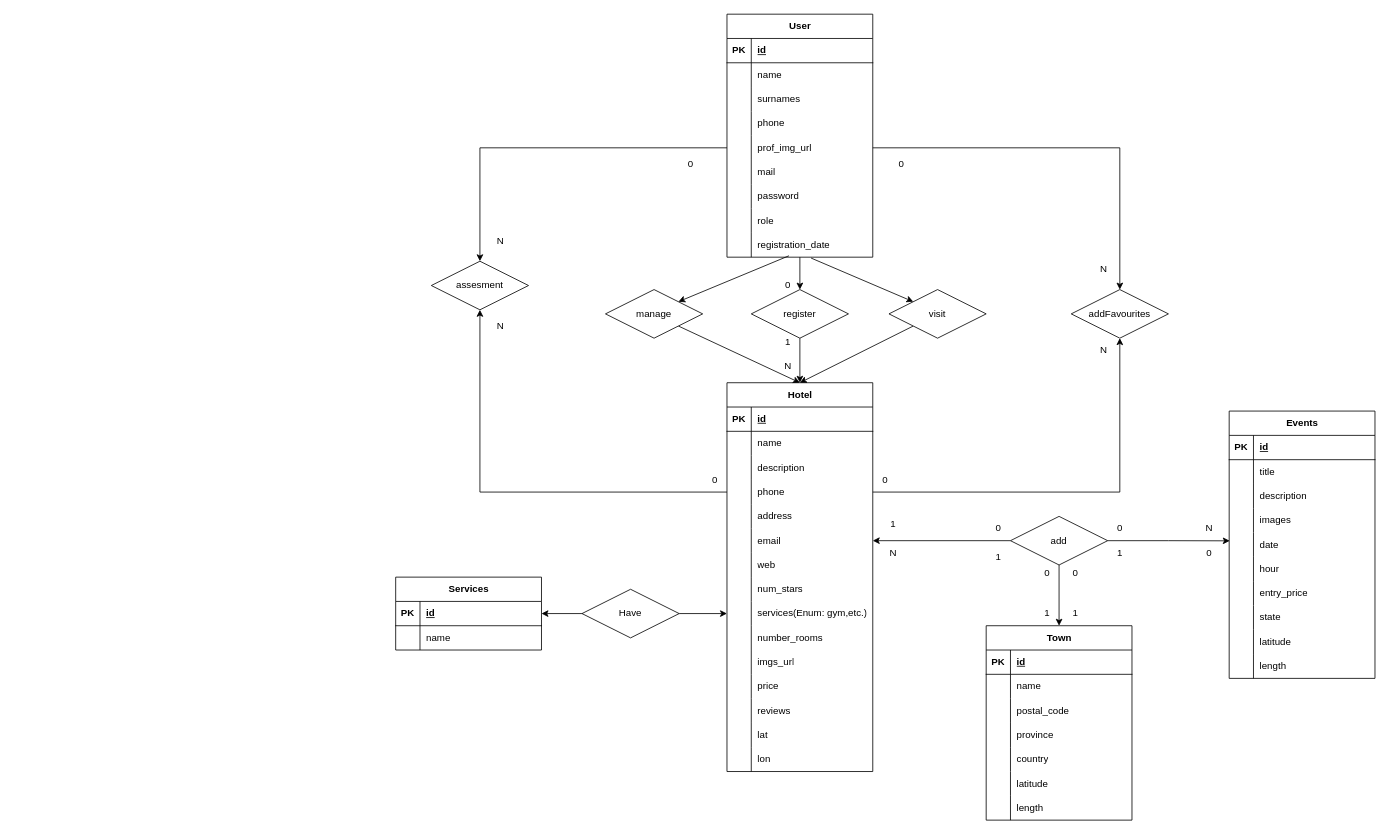
Above: c6_hohoHotel.drawio in SerotDev/sru-abi-rlm-project-backend (draw.io), before the change. Source tidied: cells renumbered, new cells numbered last; positions are measured from the earlier drawing's top-left corner, leaving out a move shared by most shapes. Both pictures are drawn from the tidied source at 81%, with x=0, y=0 at pixel (14, 14).
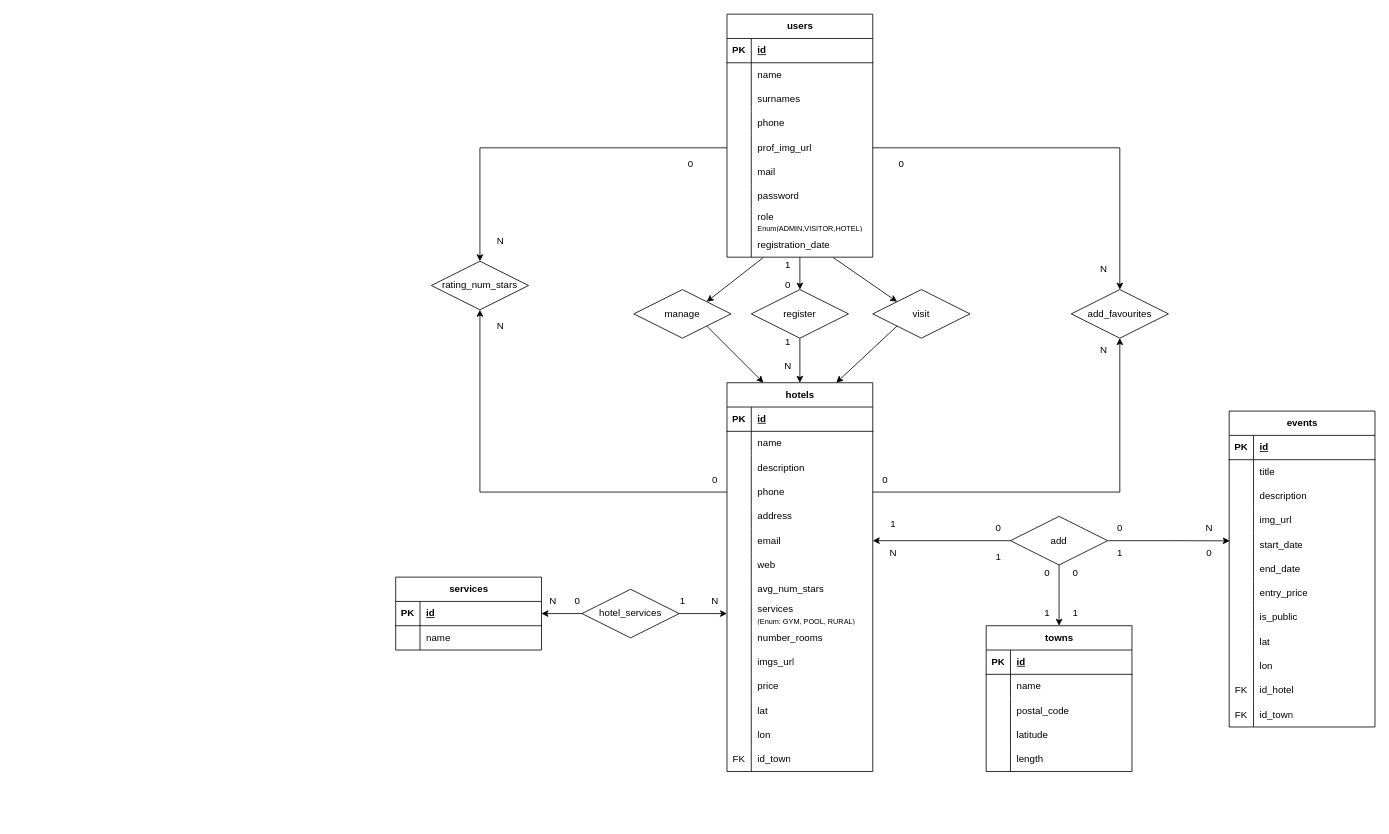
After the change.

The change refers to these unchanged cells:
```xml
<mxCell id="24" style="shape=tableRow;horizontal=0;startSize=0;swimlaneHead=0;swimlaneBody=0;fillColor=none;top=0;left=0;right=0;bottom=0;" parent="2" vertex="1">
  <mxGeometry y="240" width="180" height="30" as="geometry" />
</mxCell>
<mxCell id="27" style="shape=tableRow;horizontal=0;startSize=0;swimlaneHead=0;swimlaneBody=0;fillColor=none;points=[[0,0.5],[1,0.5]];portConstraint=eastwest;top=0;left=0;right=0;bottom=0;" parent="2" vertex="1">
  <mxGeometry y="270" width="180" height="30" as="geometry" />
</mxCell>
<mxCell id="42" style="shape=tableRow;horizontal=0;startSize=0;swimlaneHead=0;swimlaneBody=0;fillColor=none;top=0;left=0;right=0;bottom=0;" parent="32" vertex="1">
  <mxGeometry y="120" width="180" height="30" as="geometry" />
</mxCell>
<mxCell id="45" style="shape=tableRow;horizontal=0;startSize=0;swimlaneHead=0;swimlaneBody=0;fillColor=none;points=[[0,0.5],[1,0.5]];portConstraint=eastwest;top=0;left=0;right=0;bottom=0;" parent="32" vertex="1">
  <mxGeometry y="150" width="180" height="30" as="geometry" />
</mxCell>
<mxCell id="48" style="shape=tableRow;horizontal=0;startSize=0;swimlaneHead=0;swimlaneBody=0;fillColor=none;top=0;left=0;right=0;bottom=0;" parent="32" vertex="1">
  <mxGeometry y="180" width="180" height="30" as="geometry" />
</mxCell>
<mxCell id="54" style="shape=tableRow;horizontal=0;startSize=0;swimlaneHead=0;swimlaneBody=0;fillColor=none;top=0;left=0;right=0;bottom=0;" parent="32" vertex="1">
  <mxGeometry y="240" width="180" height="30" as="geometry" />
</mxCell>
<mxCell id="57" style="shape=tableRow;horizontal=0;startSize=0;swimlaneHead=0;swimlaneBody=0;fillColor=none;top=0;left=0;right=0;bottom=0;" parent="32" vertex="1">
  <mxGeometry y="270" width="180" height="30" as="geometry" />
</mxCell>
<mxCell id="60" style="shape=tableRow;horizontal=0;startSize=0;swimlaneHead=0;swimlaneBody=0;fillColor=none;top=0;left=0;right=0;bottom=0;" parent="32" vertex="1">
  <mxGeometry y="300" width="180" height="30" as="geometry" />
</mxCell>
<mxCell id="97" style="shape=tableRow;horizontal=0;startSize=0;swimlaneHead=0;swimlaneBody=0;fillColor=none;top=0;left=0;right=0;bottom=0;" parent="75" vertex="1">
  <mxGeometry y="240" width="180" height="30" as="geometry" />
</mxCell>
<mxCell id="100" style="shape=tableRow;horizontal=0;startSize=0;swimlaneHead=0;swimlaneBody=0;fillColor=none;points=[[0,0.5],[1,0.5]];portConstraint=eastwest;top=0;left=0;right=0;bottom=0;" parent="75" vertex="1">
  <mxGeometry y="270" width="180" height="30" as="geometry" />
</mxCell>
```

What changed in the source:
```diff
@@
-    <mxCell id="2" value="User" style="shape=table;startSize=30;childLayout=tableLayout;rowLines=0;fontStyle=1;align=center;html=1;" parent="1" vertex="1">
+    <mxCell id="2" value="users" style="shape=table;startSize=30;childLayout=tableLayout;rowLines=0;fontStyle=1;align=center;html=1;" parent="1" vertex="1">
       <mxGeometry x="880" width="180" height="300" as="geometry" />
     </mxCell>
@@
-    <mxCell id="26" value="role" style="shape=partialRectangle;fillColor=none;top=0;left=0;bottom=0;right=0;align=left;spacingLeft=6;overflow=hidden;whiteSpace=wrap;html=1;" parent="24" vertex="1">
+    <mxCell id="26" value="role &lt;font style=&quot;font-size: 9px;&quot;&gt;Enum(ADMIN,VISITOR,HOTEL)&lt;/font&gt;" style="shape=partialRectangle;fillColor=none;top=0;left=0;bottom=0;right=0;align=left;spacingLeft=6;overflow=hidden;whiteSpace=wrap;html=1;" parent="24" vertex="1">
       <mxGeometry x="30" width="150" height="30" as="geometry" />
     </mxCell>
@@
-    <mxCell id="30" style="rounded=0;jettySize=auto;html=1;entryX=0;entryY=0;entryDx=0;entryDy=0;exitX=0.577;exitY=1.037;exitDx=0;exitDy=0;exitPerimeter=0;" parent="1" edge="1" source="27" target="161">
+    <mxCell id="30" style="rounded=0;jettySize=auto;html=1;entryX=0;entryY=0;entryDx=0;entryDy=0;exitX=0.729;exitY=1.016;exitDx=0;exitDy=0;exitPerimeter=0;" parent="1" edge="1" source="27" target="161">
       <mxGeometry relative="1" as="geometry" />
     </mxCell>
@@
-    <mxCell id="32" value="Events" style="shape=table;startSize=30;childLayout=tableLayout;rowLines=0;fontStyle=1;align=center;html=1;" parent="1" vertex="1">
-      <mxGeometry x="1500" y="490" width="180" height="330" as="geometry" />
+    <mxCell id="32" value="events" style="shape=table;startSize=30;childLayout=tableLayout;rowLines=0;fontStyle=1;align=center;html=1;" parent="1" vertex="1">
+      <mxGeometry x="1500" y="490" width="180" height="390" as="geometry" />
     </mxCell>
@@
-    <mxCell id="44" value="images" style="shape=partialRectangle;fillColor=none;top=0;left=0;bottom=0;right=0;align=left;spacingLeft=6;overflow=hidden;whiteSpace=wrap;html=1;" parent="42" vertex="1">
+    <mxCell id="44" value="img_url" style="shape=partialRectangle;fillColor=none;top=0;left=0;bottom=0;right=0;align=left;spacingLeft=6;overflow=hidden;whiteSpace=wrap;html=1;" parent="42" vertex="1">
       <mxGeometry x="30" width="150" height="30" as="geometry" />
     </mxCell>
@@
-    <mxCell id="47" value="date" style="shape=partialRectangle;fillColor=none;top=0;left=0;bottom=0;right=0;align=left;spacingLeft=6;overflow=hidden;whiteSpace=wrap;html=1;" parent="45" vertex="1">
+    <mxCell id="47" value="start_date" style="shape=partialRectangle;fillColor=none;top=0;left=0;bottom=0;right=0;align=left;spacingLeft=6;overflow=hidden;whiteSpace=wrap;html=1;" parent="45" vertex="1">
       <mxGeometry x="30" width="150" height="30" as="geometry" />
     </mxCell>
@@
-    <mxCell id="49" style="shape=partialRectangle;fillColor=none;top=0;left=0;bottom=0;right=0;overflow=hidden;whiteSpace=wrap;html=1;" parent="48" vertex="1">
-      <mxGeometry width="30" height="30" as="geometry" />
-    </mxCell>
-    <mxCell id="50" value="hour" style="shape=partialRectangle;fillColor=none;top=0;left=0;bottom=0;right=0;align=left;spacingLeft=6;overflow=hidden;whiteSpace=wrap;html=1;" parent="48" vertex="1">
-      <mxGeometry x="30" width="150" height="30" as="geometry" />
-    </mxCell>
+    <mxCell id="195" style="shape=partialRectangle;fillColor=none;top=0;left=0;bottom=0;right=0;overflow=hidden;whiteSpace=wrap;html=1;" parent="48" vertex="1">
+      <mxGeometry width="30" height="30" as="geometry" />
+    </mxCell>
+    <mxCell id="196" value="end_date" style="shape=partialRectangle;fillColor=none;top=0;left=0;bottom=0;right=0;align=left;spacingLeft=6;overflow=hidden;whiteSpace=wrap;html=1;" parent="48" vertex="1">
+      <mxGeometry x="30" width="150" height="30" as="geometry" />
+    </mxCell>
@@
-    <mxCell id="56" value="state" style="shape=partialRectangle;fillColor=none;top=0;left=0;bottom=0;right=0;align=left;spacingLeft=6;overflow=hidden;whiteSpace=wrap;html=1;" parent="54" vertex="1">
+    <mxCell id="56" value="is_public" style="shape=partialRectangle;fillColor=none;top=0;left=0;bottom=0;right=0;align=left;spacingLeft=6;overflow=hidden;whiteSpace=wrap;html=1;" parent="54" vertex="1">
       <mxGeometry x="30" width="150" height="30" as="geometry" />
     </mxCell>
@@
-    <mxCell id="59" value="latitude" style="shape=partialRectangle;fillColor=none;top=0;left=0;bottom=0;right=0;align=left;spacingLeft=6;overflow=hidden;whiteSpace=wrap;html=1;" parent="57" vertex="1">
+    <mxCell id="59" value="lat" style="shape=partialRectangle;fillColor=none;top=0;left=0;bottom=0;right=0;align=left;spacingLeft=6;overflow=hidden;whiteSpace=wrap;html=1;" parent="57" vertex="1">
       <mxGeometry x="30" width="150" height="30" as="geometry" />
     </mxCell>
@@
-    <mxCell id="62" value="length" style="shape=partialRectangle;fillColor=none;top=0;left=0;bottom=0;right=0;align=left;spacingLeft=6;overflow=hidden;whiteSpace=wrap;html=1;" parent="60" vertex="1">
+    <mxCell id="62" value="lon" style="shape=partialRectangle;fillColor=none;top=0;left=0;bottom=0;right=0;align=left;spacingLeft=6;overflow=hidden;whiteSpace=wrap;html=1;" parent="60" vertex="1">
       <mxGeometry x="30" width="150" height="30" as="geometry" />
     </mxCell>
+    <mxCell id="197" style="shape=tableRow;horizontal=0;startSize=0;swimlaneHead=0;swimlaneBody=0;fillColor=none;top=0;left=0;right=0;bottom=0;" parent="32" vertex="1">
+      <mxGeometry y="330" width="180" height="30" as="geometry" />
+    </mxCell>
+    <mxCell id="198" value="FK" style="shape=partialRectangle;fillColor=none;top=0;left=0;bottom=0;right=0;overflow=hidden;whiteSpace=wrap;html=1;" parent="197" vertex="1">
+      <mxGeometry width="30" height="30" as="geometry" />
+    </mxCell>
+    <mxCell id="199" value="id_hotel" style="shape=partialRectangle;fillColor=none;top=0;left=0;bottom=0;right=0;align=left;spacingLeft=6;overflow=hidden;whiteSpace=wrap;html=1;" parent="197" vertex="1">
+      <mxGeometry x="30" width="150" height="30" as="geometry" />
+    </mxCell>
+    <mxCell id="200" style="shape=tableRow;horizontal=0;startSize=0;swimlaneHead=0;swimlaneBody=0;fillColor=none;top=0;left=0;right=0;bottom=0;" parent="32" vertex="1">
+      <mxGeometry y="360" width="180" height="30" as="geometry" />
+    </mxCell>
+    <mxCell id="201" value="FK" style="shape=partialRectangle;fillColor=none;top=0;left=0;bottom=0;right=0;overflow=hidden;whiteSpace=wrap;html=1;" parent="200" vertex="1">
+      <mxGeometry width="30" height="30" as="geometry" />
+    </mxCell>
+    <mxCell id="202" value="id_town" style="shape=partialRectangle;fillColor=none;top=0;left=0;bottom=0;right=0;align=left;spacingLeft=6;overflow=hidden;whiteSpace=wrap;html=1;" parent="200" vertex="1">
+      <mxGeometry x="30" width="150" height="30" as="geometry" />
+    </mxCell>
@@
-    <mxCell id="75" value="Hotel" style="shape=table;startSize=30;childLayout=tableLayout;rowLines=0;fontStyle=1;align=center;html=1;" parent="1" vertex="1">
+    <mxCell id="75" value="hotels" style="shape=table;startSize=30;childLayout=tableLayout;rowLines=0;fontStyle=1;align=center;html=1;" parent="1" vertex="1">
       <mxGeometry x="880" y="455" width="180" height="480" as="geometry" />
     </mxCell>
@@
-    <mxCell id="99" value="num_stars" style="shape=partialRectangle;fillColor=none;top=0;left=0;bottom=0;right=0;align=left;spacingLeft=6;overflow=hidden;whiteSpace=wrap;html=1;" parent="97" vertex="1">
+    <mxCell id="99" value="avg_num_stars" style="shape=partialRectangle;fillColor=none;top=0;left=0;bottom=0;right=0;align=left;spacingLeft=6;overflow=hidden;whiteSpace=wrap;html=1;" parent="97" vertex="1">
       <mxGeometry x="30" width="150" height="30" as="geometry" />
     </mxCell>
@@
-    <mxCell id="102" value="services(Enum: gym,etc.)" style="shape=partialRectangle;fillColor=none;top=0;left=0;bottom=0;right=0;align=left;spacingLeft=6;overflow=hidden;whiteSpace=wrap;html=1;" parent="100" vertex="1">
+    <mxCell id="102" value="services&lt;br&gt;&lt;font style=&quot;font-size: 9px;&quot;&gt;(Enum: GYM, POOL, RURAL)&lt;/font&gt;" style="shape=partialRectangle;fillColor=none;top=0;left=0;bottom=0;right=0;align=left;spacingLeft=6;overflow=hidden;whiteSpace=wrap;html=1;" parent="100" vertex="1">
       <mxGeometry x="30" width="150" height="30" as="geometry" />
     </mxCell>
@@
-    <mxCell id="112" style="shape=tableRow;horizontal=0;startSize=0;swimlaneHead=0;swimlaneBody=0;fillColor=none;top=0;left=0;right=0;bottom=0;" parent="75" vertex="1">
-      <mxGeometry y="390" width="180" height="30" as="geometry" />
-    </mxCell>
-    <mxCell id="113" style="shape=partialRectangle;fillColor=none;top=0;left=0;bottom=0;right=0;overflow=hidden;whiteSpace=wrap;html=1;" parent="112" vertex="1">
-      <mxGeometry width="30" height="30" as="geometry" />
-    </mxCell>
-    <mxCell id="114" value="reviews" style="shape=partialRectangle;fillColor=none;top=0;left=0;bottom=0;right=0;align=left;spacingLeft=6;overflow=hidden;whiteSpace=wrap;html=1;" parent="112" vertex="1">
-      <mxGeometry x="30" width="150" height="30" as="geometry" />
-    </mxCell>
     <mxCell id="115" style="shape=tableRow;horizontal=0;startSize=0;swimlaneHead=0;swimlaneBody=0;fillColor=none;top=0;left=0;right=0;bottom=0;" parent="75" vertex="1">
-      <mxGeometry y="420" width="180" height="30" as="geometry" />
+      <mxGeometry y="390" width="180" height="30" as="geometry" />
     </mxCell>
@@
     <mxCell id="118" style="shape=tableRow;horizontal=0;startSize=0;swimlaneHead=0;swimlaneBody=0;fillColor=none;top=0;left=0;right=0;bottom=0;" parent="75" vertex="1">
-      <mxGeometry y="450" width="180" height="30" as="geometry" />
+      <mxGeometry y="420" width="180" height="30" as="geometry" />
     </mxCell>
@@
+    <mxCell id="203" style="shape=tableRow;horizontal=0;startSize=0;swimlaneHead=0;swimlaneBody=0;fillColor=none;top=0;left=0;right=0;bottom=0;" parent="75" vertex="1">
+      <mxGeometry y="450" width="180" height="30" as="geometry" />
+    </mxCell>
+    <mxCell id="204" value="FK" style="shape=partialRectangle;fillColor=none;top=0;left=0;bottom=0;right=0;overflow=hidden;whiteSpace=wrap;html=1;" parent="203" vertex="1">
+      <mxGeometry width="30" height="30" as="geometry" />
+    </mxCell>
+    <mxCell id="205" value="id_town" style="shape=partialRectangle;fillColor=none;top=0;left=0;bottom=0;right=0;align=left;spacingLeft=6;overflow=hidden;whiteSpace=wrap;html=1;" parent="203" vertex="1">
+      <mxGeometry x="30" width="150" height="30" as="geometry" />
+    </mxCell>
@@
-    <mxCell id="128" style="rounded=0;jettySize=auto;html=1;entryX=1;entryY=0;entryDx=0;entryDy=0;exitX=0.425;exitY=0.943;exitDx=0;exitDy=0;exitPerimeter=0;" parent="1" edge="1" source="27" target="159">
+    <mxCell id="128" style="rounded=0;jettySize=auto;html=1;entryX=1;entryY=0;entryDx=0;entryDy=0;exitX=0.249;exitY=1.016;exitDx=0;exitDy=0;exitPerimeter=0;" parent="1" edge="1" source="27" target="159">
       <mxGeometry relative="1" as="geometry" />
     </mxCell>
-    <mxCell id="129" value="Town" style="shape=table;startSize=30;childLayout=tableLayout;rowLines=0;fontStyle=1;align=center;html=1;" parent="1" vertex="1">
-      <mxGeometry x="1200" y="755" width="180" height="240" as="geometry" />
+    <mxCell id="129" value="towns" style="shape=table;startSize=30;childLayout=tableLayout;rowLines=0;fontStyle=1;align=center;html=1;" parent="1" vertex="1">
+      <mxGeometry x="1200" y="755" width="180" height="180" as="geometry" />
     </mxCell>
@@
-    <mxCell id="139" style="shape=tableRow;horizontal=0;startSize=0;swimlaneHead=0;swimlaneBody=0;fillColor=none;top=0;left=0;right=0;bottom=0;" parent="129" vertex="1">
-      <mxGeometry y="120" width="180" height="30" as="geometry" />
-    </mxCell>
-    <mxCell id="140" style="shape=partialRectangle;fillColor=none;top=0;left=0;bottom=0;right=0;overflow=hidden;whiteSpace=wrap;html=1;" parent="139" vertex="1">
-      <mxGeometry width="30" height="30" as="geometry" />
-    </mxCell>
-    <mxCell id="141" value="province" style="shape=partialRectangle;fillColor=none;top=0;left=0;bottom=0;right=0;align=left;spacingLeft=6;overflow=hidden;whiteSpace=wrap;html=1;" parent="139" vertex="1">
-      <mxGeometry x="30" width="150" height="30" as="geometry" />
-    </mxCell>
-    <mxCell id="142" style="shape=tableRow;horizontal=0;startSize=0;swimlaneHead=0;swimlaneBody=0;fillColor=none;top=0;left=0;right=0;bottom=0;" parent="129" vertex="1">
-      <mxGeometry y="150" width="180" height="30" as="geometry" />
-    </mxCell>
-    <mxCell id="143" style="shape=partialRectangle;fillColor=none;top=0;left=0;bottom=0;right=0;overflow=hidden;whiteSpace=wrap;html=1;" parent="142" vertex="1">
-      <mxGeometry width="30" height="30" as="geometry" />
-    </mxCell>
-    <mxCell id="144" value="country" style="shape=partialRectangle;fillColor=none;top=0;left=0;bottom=0;right=0;align=left;spacingLeft=6;overflow=hidden;whiteSpace=wrap;html=1;" parent="142" vertex="1">
-      <mxGeometry x="30" width="150" height="30" as="geometry" />
-    </mxCell>
     <mxCell id="145" style="shape=tableRow;horizontal=0;startSize=0;swimlaneHead=0;swimlaneBody=0;fillColor=none;top=0;left=0;right=0;bottom=0;" parent="129" vertex="1">
-      <mxGeometry y="180" width="180" height="30" as="geometry" />
+      <mxGeometry y="120" width="180" height="30" as="geometry" />
     </mxCell>
@@
     <mxCell id="148" style="shape=tableRow;horizontal=0;startSize=0;swimlaneHead=0;swimlaneBody=0;fillColor=none;top=0;left=0;right=0;bottom=0;" parent="129" vertex="1">
-      <mxGeometry y="210" width="180" height="30" as="geometry" />
+      <mxGeometry y="150" width="180" height="30" as="geometry" />
     </mxCell>
@@
-    <mxCell id="158" style="rounded=0;jettySize=auto;html=1;exitX=1;exitY=1;exitDx=0;exitDy=0;entryX=0.5;entryY=0;entryDx=0;entryDy=0;" parent="1" edge="1" source="159" target="75">
+    <mxCell id="158" style="rounded=0;jettySize=auto;html=1;exitX=1;exitY=1;exitDx=0;exitDy=0;entryX=0.25;entryY=0;entryDx=0;entryDy=0;" parent="1" edge="1" source="159" target="75">
       <mxGeometry relative="1" as="geometry" />
     </mxCell>
     <mxCell id="159" value="manage" style="shape=rhombus;perimeter=rhombusPerimeter;whiteSpace=wrap;html=1;align=center;" parent="1" vertex="1">
-      <mxGeometry x="730" y="340" width="120" height="60" as="geometry" />
+      <mxGeometry x="765" y="340" width="120" height="60" as="geometry" />
     </mxCell>
-    <mxCell id="160" style="rounded=0;jettySize=auto;html=1;entryX=0.5;entryY=0;entryDx=0;entryDy=0;exitX=0;exitY=1;exitDx=0;exitDy=0;" parent="1" edge="1" source="161" target="75">
+    <mxCell id="160" style="rounded=0;jettySize=auto;html=1;entryX=0.75;entryY=0;entryDx=0;entryDy=0;exitX=0;exitY=1;exitDx=0;exitDy=0;" parent="1" edge="1" source="161" target="75">
       <mxGeometry relative="1" as="geometry" />
     </mxCell>
     <mxCell id="161" value="visit" style="shape=rhombus;perimeter=rhombusPerimeter;whiteSpace=wrap;html=1;align=center;" parent="1" vertex="1">
-      <mxGeometry x="1080" y="340" width="120" height="60" as="geometry" />
+      <mxGeometry x="1060" y="340" width="120" height="60" as="geometry" />
     </mxCell>
@@
-    <mxCell id="168" value="addFavourites" style="shape=rhombus;perimeter=rhombusPerimeter;whiteSpace=wrap;html=1;align=center;" parent="1" vertex="1">
+    <mxCell id="168" value="add_favourites" style="shape=rhombus;perimeter=rhombusPerimeter;whiteSpace=wrap;html=1;align=center;" parent="1" vertex="1">
       <mxGeometry x="1305" y="340" width="120" height="60" as="geometry" />
     </mxCell>
@@
-    <mxCell id="175" value="assesment" style="shape=rhombus;perimeter=rhombusPerimeter;whiteSpace=wrap;html=1;align=center;" parent="1" vertex="1">
+    <mxCell id="175" value="rating_num_stars" style="shape=rhombus;perimeter=rhombusPerimeter;whiteSpace=wrap;html=1;align=center;" parent="1" vertex="1">
       <mxGeometry x="515" y="305" width="120" height="60" as="geometry" />
     </mxCell>
@@
-    <mxCell id="182" value="Services" style="shape=table;startSize=30;childLayout=tableLayout;rowLines=0;fontStyle=1;align=center;html=1;" parent="1" vertex="1">
+    <mxCell id="182" value="services" style="shape=table;startSize=30;childLayout=tableLayout;rowLines=0;fontStyle=1;align=center;html=1;" parent="1" vertex="1">
       <mxGeometry x="471" y="695" width="180" height="90" as="geometry" />
     </mxCell>
@@
-    <mxCell id="189" value="Have" style="shape=rhombus;perimeter=rhombusPerimeter;whiteSpace=wrap;html=1;align=center;" parent="1" vertex="1">
+    <mxCell id="189" value="hotel_services" style="shape=rhombus;perimeter=rhombusPerimeter;whiteSpace=wrap;html=1;align=center;" parent="1" vertex="1">
       <mxGeometry x="701" y="710" width="120" height="60" as="geometry" />
     </mxCell>
@@
+    <mxCell id="206" value="0" style="text;html=1;align=center;verticalAlign=middle;strokeColor=none;fillColor=none;" parent="1" vertex="1">
+      <mxGeometry x="680" y="710" width="30" height="30" as="geometry" />
+    </mxCell>
+    <mxCell id="207" value="N" style="text;html=1;align=center;verticalAlign=middle;strokeColor=none;fillColor=none;" parent="1" vertex="1">
+      <mxGeometry x="650" y="710" width="30" height="30" as="geometry" />
+    </mxCell>
+    <mxCell id="208" value="N" style="text;html=1;align=center;verticalAlign=middle;strokeColor=none;fillColor=none;" parent="1" vertex="1">
+      <mxGeometry x="850" y="710" width="30" height="30" as="geometry" />
+    </mxCell>
+    <mxCell id="209" value="1" style="text;html=1;align=center;verticalAlign=middle;strokeColor=none;fillColor=none;" parent="1" vertex="1">
+      <mxGeometry x="810" y="710" width="30" height="30" as="geometry" />
+    </mxCell>
+    <mxCell id="210" value="1" style="text;html=1;align=center;verticalAlign=middle;strokeColor=none;fillColor=none;" parent="1" vertex="1">
+      <mxGeometry x="940" y="295" width="30" height="30" as="geometry" />
+    </mxCell>
```
